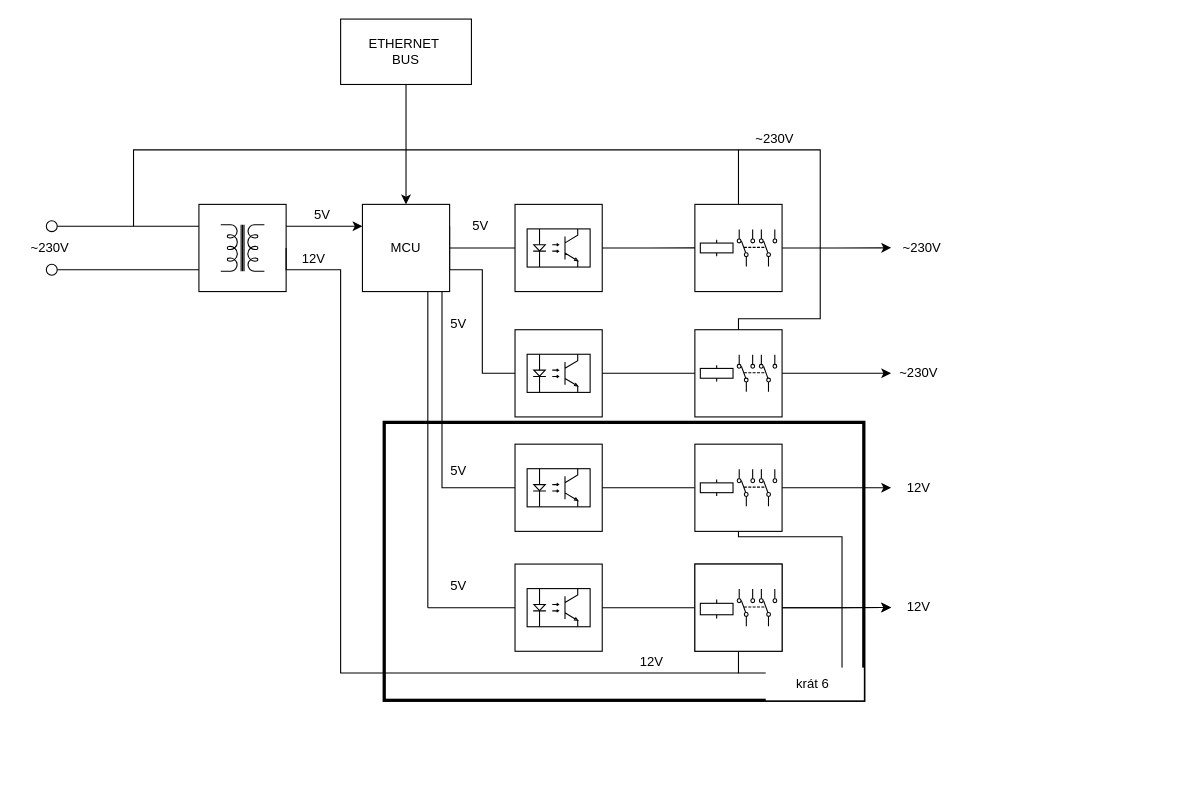
Before: blokove_schema.drawio in AdminTextilka/Bakalarka, a draw.io diagram. Source tidied: cells renumbered, new cells numbered last; positions are measured from the earlier drawing's top-left corner, leaving out a move shared by most shapes. Both pictures are drawn from the tidied source at 109%, with x=0, y=0 at pixel (19, 19).
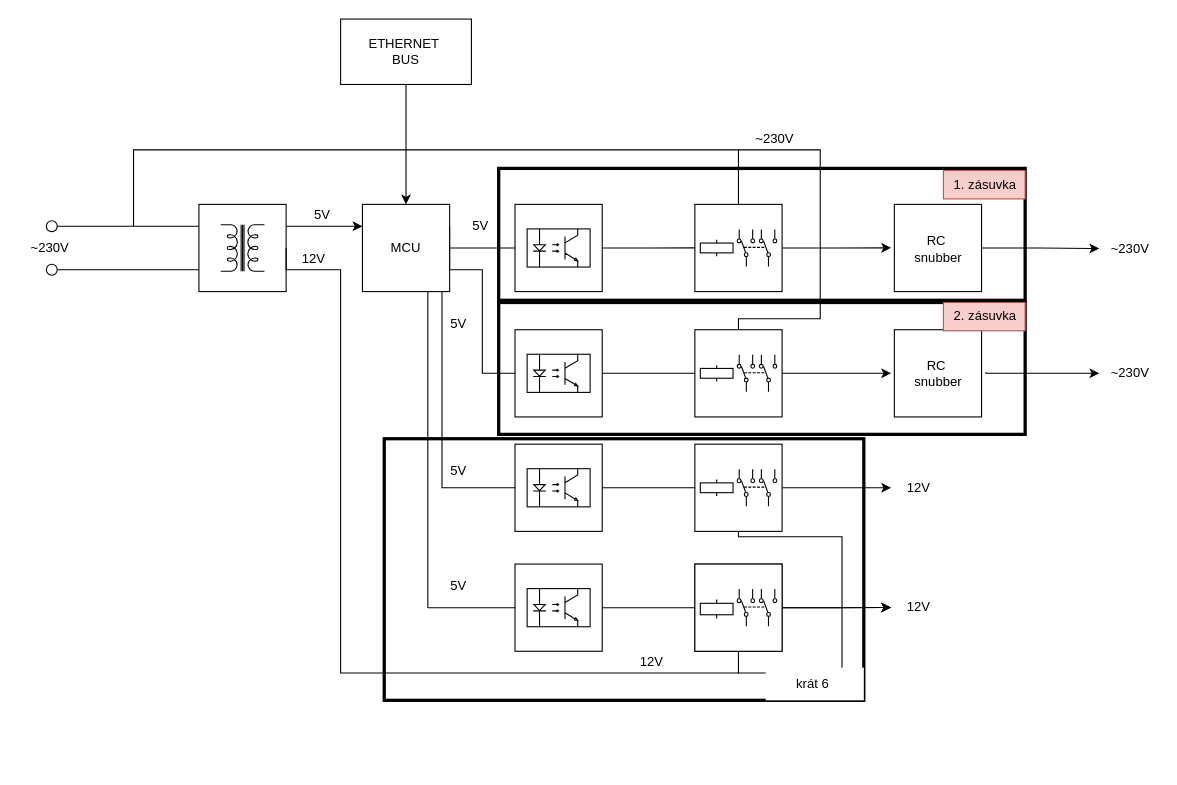
The same page after the edit.

The edit, as a diff of the source:
```diff
@@
     <mxCell id="60" value="~230V" style="text;html=1;align=center;verticalAlign=middle;points=[];strokeColor=none;fillColor=none;" parent="1" vertex="1">
-      <mxGeometry x="800" y="195" width="55" height="30" as="geometry" />
+      <mxGeometry x="991" y="195.5" width="55" height="30" as="geometry" />
     </mxCell>
     <mxCell id="61" value="~230V" style="text;html=1;align=center;verticalAlign=middle;points=[];strokeColor=none;fillColor=none;" parent="1" vertex="1">
-      <mxGeometry x="797.5" y="310" width="55" height="30" as="geometry" />
+      <mxGeometry x="991" y="310" width="55" height="30" as="geometry" />
     </mxCell>
@@
     <mxCell id="76" style="rounded=0;whiteSpace=wrap;html=1;fillColor=none;strokeWidth=3;" parent="1" vertex="1">
-      <mxGeometry x="335" y="370" width="440" height="255" as="geometry" />
+      <mxGeometry x="335" y="385" width="440" height="240" as="geometry" />
     </mxCell>
@@
+    <mxCell id="78" style="rounded=0;whiteSpace=wrap;html=1;fillColor=none;strokeWidth=3;" parent="1" vertex="1">
+      <mxGeometry x="440" y="137" width="483" height="121" as="geometry" />
+    </mxCell>
+    <mxCell id="79" value="1. zásuvka" style="text;html=1;align=center;verticalAlign=middle;strokeColor=#b85450;fillColor=#f8cecc;" parent="1" vertex="1">
+      <mxGeometry x="848" y="139" width="75" height="26" as="geometry" />
+    </mxCell>
+    <mxCell id="80" style="edgeStyle=orthogonalEdgeStyle;rounded=0;jettySize=auto;html=1;" parent="1" edge="1" source="81" target="60">
+      <mxGeometry relative="1" as="geometry" />
+    </mxCell>
+    <mxCell id="81" style="whiteSpace=wrap;html=1;fillColor=none;" parent="1" vertex="1">
+      <mxGeometry x="803" y="170" width="80" height="80" as="geometry" />
+    </mxCell>
+    <mxCell id="82" value="RC&amp;nbsp;&lt;br&gt;snubber" style="text;html=1;align=center;verticalAlign=middle;strokeColor=none;fillColor=none;" parent="1" vertex="1">
+      <mxGeometry x="812.5" y="190" width="61" height="41" as="geometry" />
+    </mxCell>
+    <mxCell id="83" style="rounded=0;whiteSpace=wrap;html=1;fillColor=none;strokeWidth=3;" parent="1" vertex="1">
+      <mxGeometry x="440" y="260" width="483" height="121" as="geometry" />
+    </mxCell>
+    <mxCell id="84" style="whiteSpace=wrap;html=1;fillColor=none;" parent="1" vertex="1">
+      <mxGeometry x="803" y="285" width="80" height="80" as="geometry" />
+    </mxCell>
+    <mxCell id="85" value="RC&amp;nbsp;&lt;br&gt;snubber" style="text;html=1;align=center;verticalAlign=middle;strokeColor=none;fillColor=none;" parent="1" vertex="1">
+      <mxGeometry x="812.5" y="304.5" width="61" height="41" as="geometry" />
+    </mxCell>
+    <mxCell id="86" style="edgeStyle=orthogonalEdgeStyle;rounded=0;jettySize=auto;html=1;" parent="1" edge="1" target="61">
+      <mxGeometry relative="1" as="geometry">
+        <mxPoint x="887" y="324" as="sourcePoint" />
+        <Array as="points">
+          <mxPoint x="887" y="325" />
+        </Array>
+      </mxGeometry>
+    </mxCell>
+    <mxCell id="87" value="2. zásuvka" style="text;html=1;align=center;verticalAlign=middle;strokeColor=#b85450;fillColor=#f8cecc;" parent="1" vertex="1">
+      <mxGeometry x="848" y="260" width="75" height="26" as="geometry" />
+    </mxCell>
```
